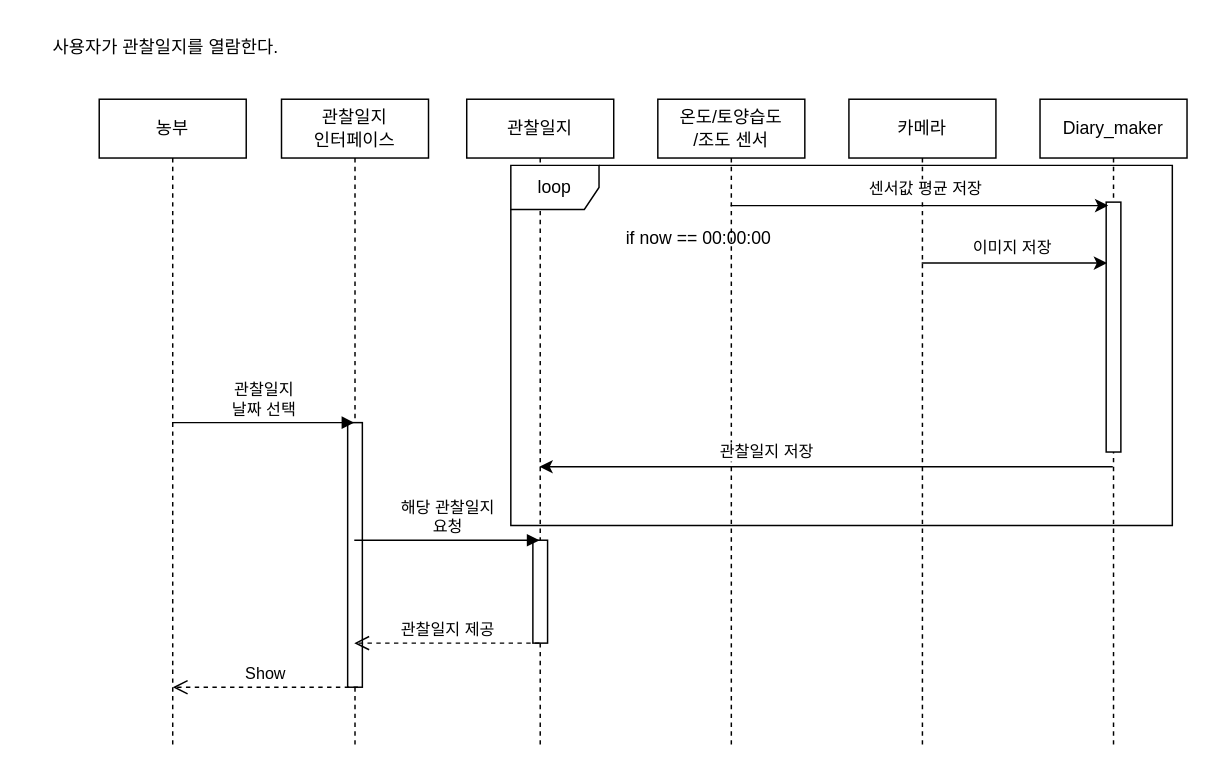
Before: 5주차/시퀀스 다이어그램/diary_sqd.drawio in sonmyungwon/Software-Development, a draw.io diagram. Source tidied: cells renumbered, new cells numbered last; positions are measured from the earlier drawing's top-left corner, leaving out a move shared by most shapes. Both pictures are drawn from the tidied source at 147%, with x=0, y=0 at pixel (25, 25).
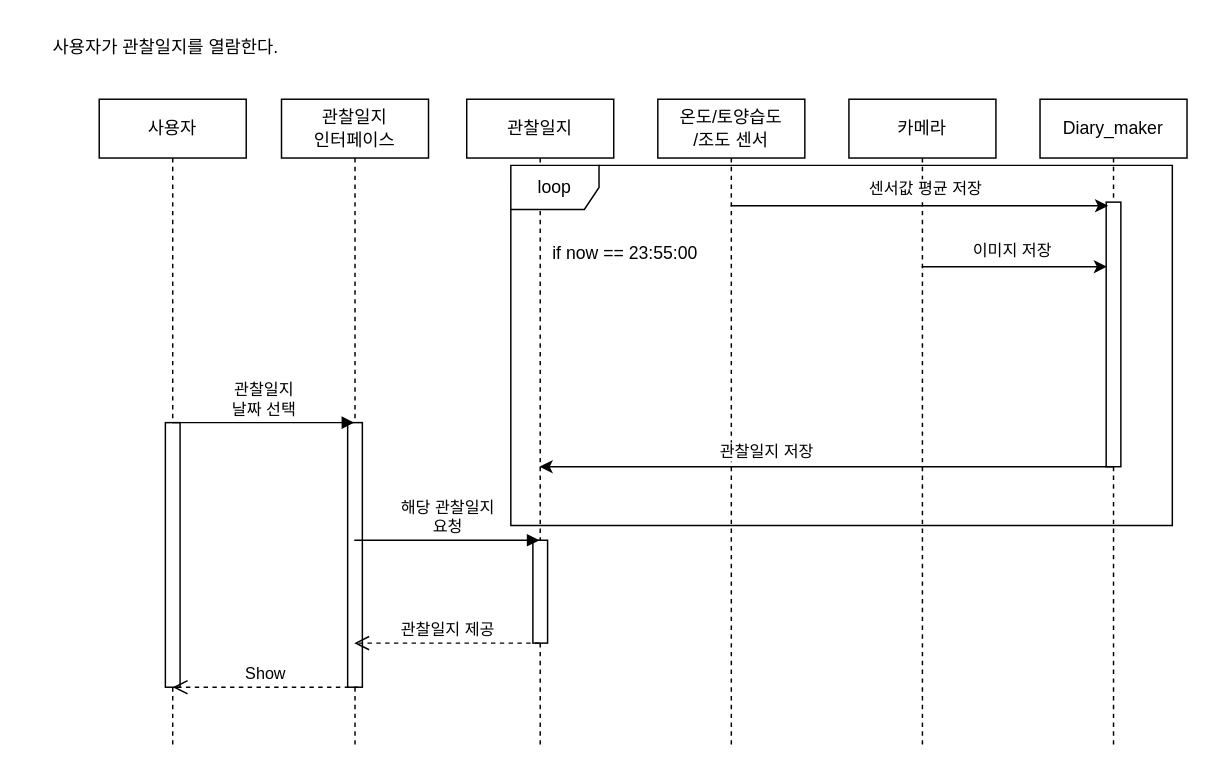
Above is the later version.

Unchanged cells that the change refers to:
```xml
<mxCell id="11" value="Diary_maker" style="shape=umlLifeline;perimeter=lifelinePerimeter;whiteSpace=wrap;html=1;outlineConnect=0;" parent="1" vertex="1">
  <mxGeometry x="690" y="50" width="100" height="440" as="geometry" />
</mxCell>
```

Change to the diagram source:
```diff
@@
-    <mxCell id="2" value="농부" style="shape=umlLifeline;perimeter=lifelinePerimeter;whiteSpace=wrap;html=1;outlineConnect=0;" parent="1" vertex="1">
+    <mxCell id="2" value="사용자" style="shape=umlLifeline;perimeter=lifelinePerimeter;whiteSpace=wrap;html=1;outlineConnect=0;" parent="1" vertex="1">
       <mxGeometry x="50" y="50" width="100" height="440" as="geometry" />
     </mxCell>
+    <mxCell id="24" style="html=1;perimeter=orthogonalPerimeter;" parent="2" vertex="1">
+      <mxGeometry x="45" y="220" width="10" height="180" as="geometry" />
+    </mxCell>
@@
     <mxCell id="13" style="html=1;points=[];perimeter=orthogonalPerimeter;" parent="11" vertex="1">
-      <mxGeometry x="45" y="70" width="10" height="170" as="geometry" />
+      <mxGeometry x="45" y="70" width="10" height="180" as="geometry" />
     </mxCell>
@@
-    <mxCell id="21" value="if now == 00:00:00" style="text;html=1;strokeColor=none;fillColor=none;align=center;verticalAlign=middle;whiteSpace=wrap;rounded=0;" parent="1" vertex="1">
-      <mxGeometry x="400" y="130" width="116" height="30" as="geometry" />
-    </mxCell>
@@
+    <mxCell id="21" value="if now == 23:55:00" style="text;html=1;strokeColor=none;fillColor=none;align=center;verticalAlign=middle;whiteSpace=wrap;rounded=0;" parent="1" vertex="1">
+      <mxGeometry x="350" y="140" width="116" height="30" as="geometry" />
+    </mxCell>
```
